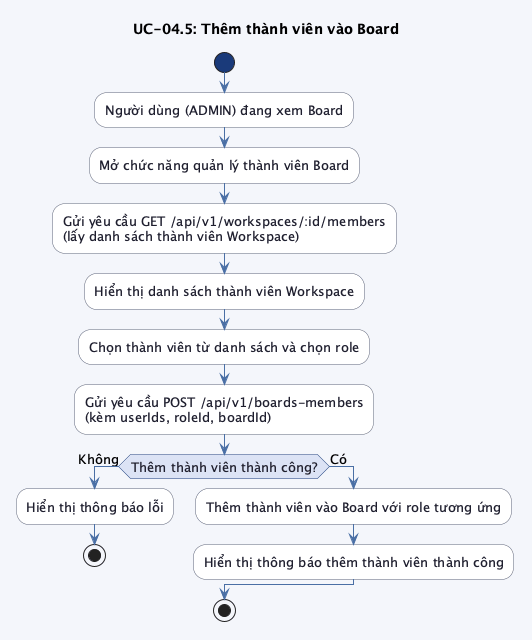
Above: src/images/chap3/activity_uc04_5.png in trongnhan34vn/trello-report (PlantUML), before the change. Its diagram source:
```plantuml
@startuml activity_uc04_5

skinparam linetype ortho
skinparam defaultFontSize 13
skinparam backgroundColor #f4f6fb
skinparam activity {
    BackgroundColor #ffffff
    BorderColor #5b6279
    FontColor #1e1e2e
    ArrowColor #4a6fa5
    DiamondBackgroundColor #dce3f5
    DiamondBorderColor #1a3a7a
    DiamondFontColor #1e1e2e
    StartColor #1a3a7a
    EndColor #1a3a7a
}

title UC-04.5: Thêm thành viên vào Board

start

:Người dùng (ADMIN) đang xem Board;
:Mở chức năng quản lý thành viên Board;
:Gửi yêu cầu GET /api/v1/workspaces/:id/members\n(lấy danh sách thành viên Workspace);
:Hiển thị danh sách thành viên Workspace;
:Chọn thành viên từ danh sách và chọn role;
:Gửi yêu cầu POST /api/v1/boards-members\n(kèm userIds, roleId, boardId);

if (Thêm thành viên thành công?) then (Không)
    :Hiển thị thông báo lỗi;
    stop
else (Có)
    :Thêm thành viên vào Board với role tương ứng;
    :Hiển thị thông báo thêm thành viên thành công;
endif

stop

@enduml
```
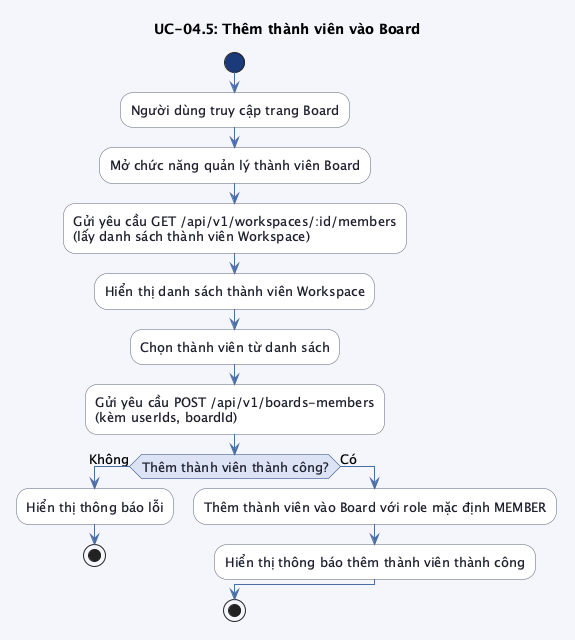
Above is the later version.

Diff of the diagram source:
```diff
@@ -19,18 +19,18 @@
 
 start
 
-:Người dùng (ADMIN) đang xem Board;
+:Người dùng truy cập trang Board;
 :Mở chức năng quản lý thành viên Board;
 :Gửi yêu cầu GET /api/v1/workspaces/:id/members\n(lấy danh sách thành viên Workspace);
 :Hiển thị danh sách thành viên Workspace;
-:Chọn thành viên từ danh sách và chọn role;
-:Gửi yêu cầu POST /api/v1/boards-members\n(kèm userIds, roleId, boardId);
+:Chọn thành viên từ danh sách;
+:Gửi yêu cầu POST /api/v1/boards-members\n(kèm userIds, boardId);
 
 if (Thêm thành viên thành công?) then (Không)
     :Hiển thị thông báo lỗi;
     stop
 else (Có)
-    :Thêm thành viên vào Board với role tương ứng;
+    :Thêm thành viên vào Board với role mặc định MEMBER;
     :Hiển thị thông báo thêm thành viên thành công;
 endif
 
```
